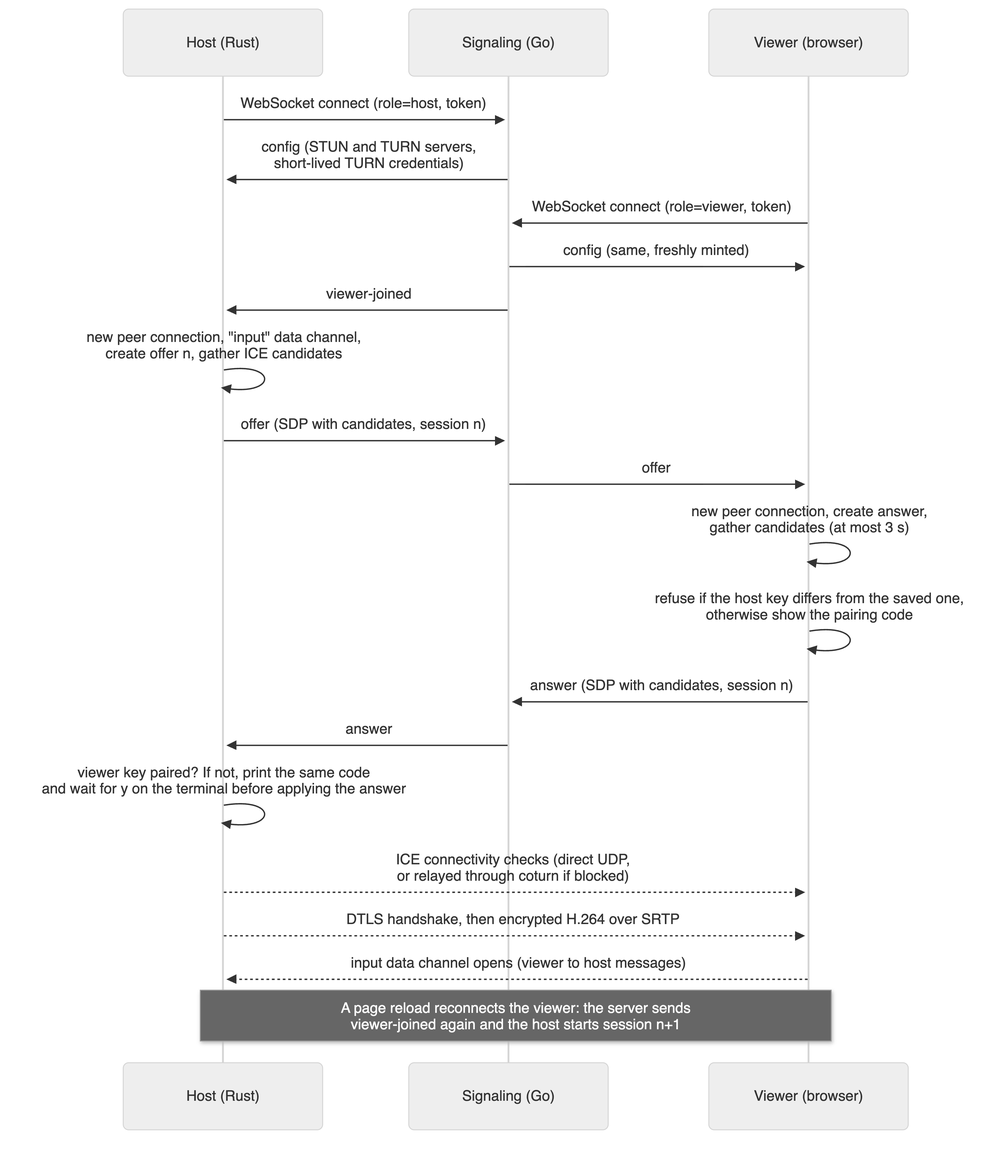
Before: docs/diagrams/connection-setup.png, a diagram exported from Mermaid (AbhishekS-06/RemoteBridge). Its source is kept beside it as docs/diagrams/connection-setup.mmd. Source of this version:
```mermaid
sequenceDiagram
    participant H as Host (Rust)
    participant S as Signaling (Go)
    participant V as Viewer (browser)

    H->>S: WebSocket connect (role=host, token)
    S->>H: config (STUN and TURN servers,<br/>short-lived TURN credentials)
    V->>S: WebSocket connect (role=viewer, token)
    S->>V: config (same, freshly minted)
    S->>H: viewer-joined
    H->>H: new peer connection, "input" data channel,<br/>create offer n, gather ICE candidates
    H->>S: offer (SDP with candidates, session n)
    S->>V: offer
    V->>V: new peer connection, create answer,<br/>gather candidates (at most 3 s)
    V->>V: refuse if the host key differs from the saved one,<br/>otherwise show the pairing code
    V->>S: answer (SDP with candidates, session n)
    S->>H: answer
    H->>H: viewer key paired? If not, print the same code<br/>and wait for y on the terminal before applying the answer
    H-->>V: ICE connectivity checks (direct UDP,<br/>or relayed through coturn if blocked)
    H-->>V: DTLS handshake, then encrypted H.264 over SRTP
    V-->>H: input data channel opens (viewer to host messages)
    Note over H,V: A page reload reconnects the viewer: the server sends<br/>viewer-joined again and the host starts session n+1
```
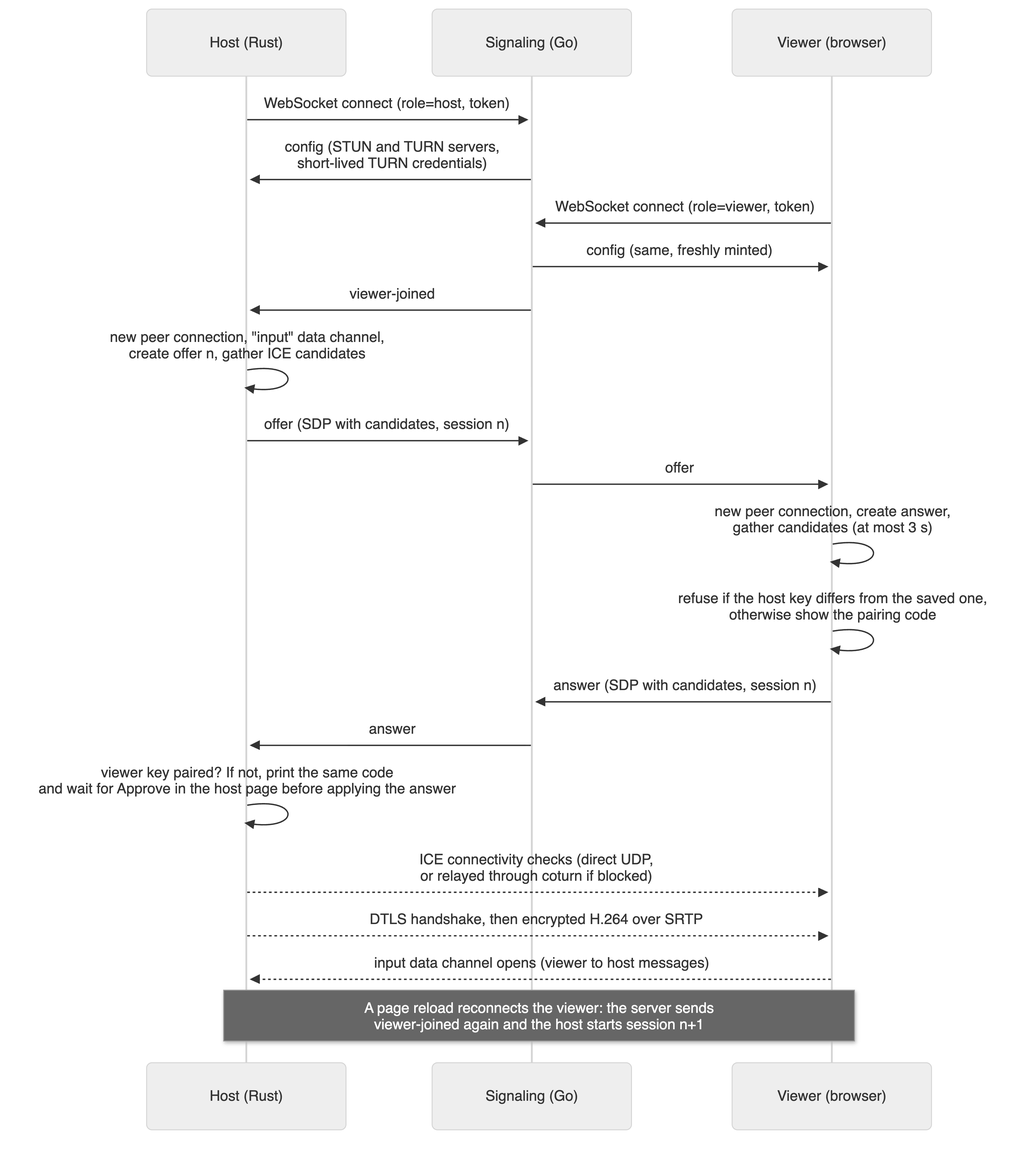
The same file after the commit.

Commit message:
v4: host page for paired devices (closes #27) (#28)

Change to the diagram source:
```diff
@@ -15,7 +15,7 @@
     V->>V: refuse if the host key differs from the saved one,<br/>otherwise show the pairing code
     V->>S: answer (SDP with candidates, session n)
     S->>H: answer
-    H->>H: viewer key paired? If not, print the same code<br/>and wait for y on the terminal before applying the answer
+    H->>H: viewer key paired? If not, print the same code<br/>and wait for Approve in the host page before applying the answer
     H-->>V: ICE connectivity checks (direct UDP,<br/>or relayed through coturn if blocked)
     H-->>V: DTLS handshake, then encrypted H.264 over SRTP
     V-->>H: input data channel opens (viewer to host messages)
```
